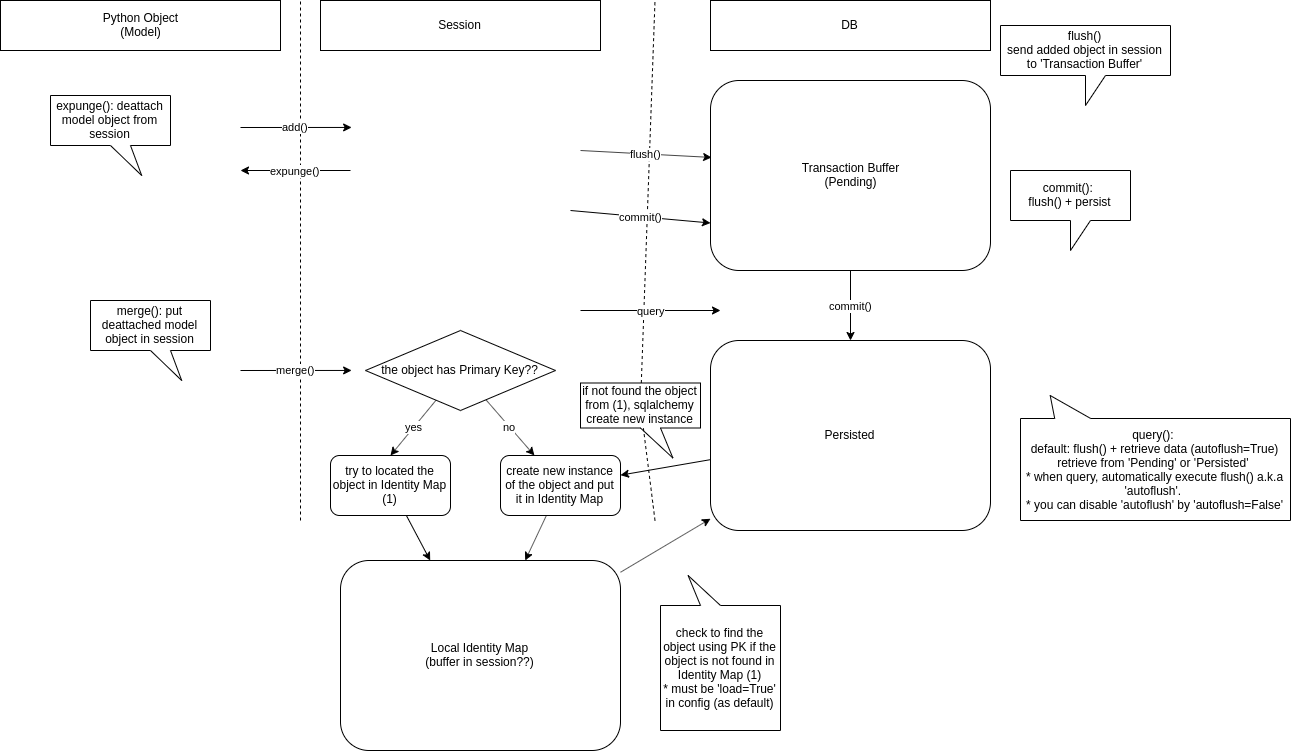
Before: SQLAlchemy_Session_Overview.PNG, a diagram exported from draw.io (stsiwo/python_concept). Source tidied: cells renumbered, new cells last; positions are measured from the earlier drawing's top-left corner, leaving out a move shared by most shapes.
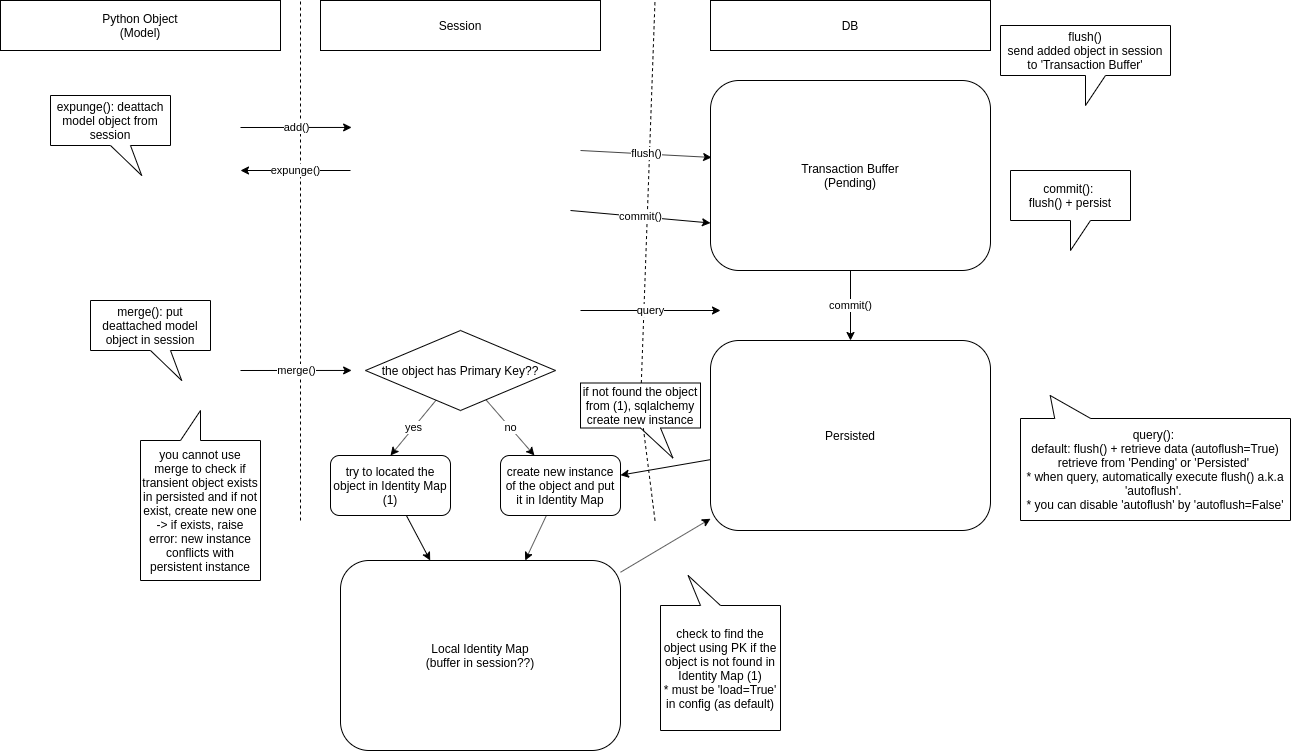
The same diagram one commit later.

Diff of the diagram source:
```diff
@@ -121,5 +121,8 @@
         <mxPoint x="654.5" y="520" as="sourcePoint" />
       </mxGeometry>
     </mxCell>
+    <mxCell id="34" value="you cannot use merge to check if transient object exists in persisted and if not exist, create new one&lt;br&gt;-&amp;gt; if exists, raise error: new instance conflicts with persistent instance" style="shape=callout;whiteSpace=wrap;html=1;perimeter=calloutPerimeter;direction=west;" parent="1" vertex="1">
+      <mxGeometry x="140" y="410" width="120" height="170" as="geometry" />
+    </mxCell>
   </root>
 </mxGraphModel>
```
